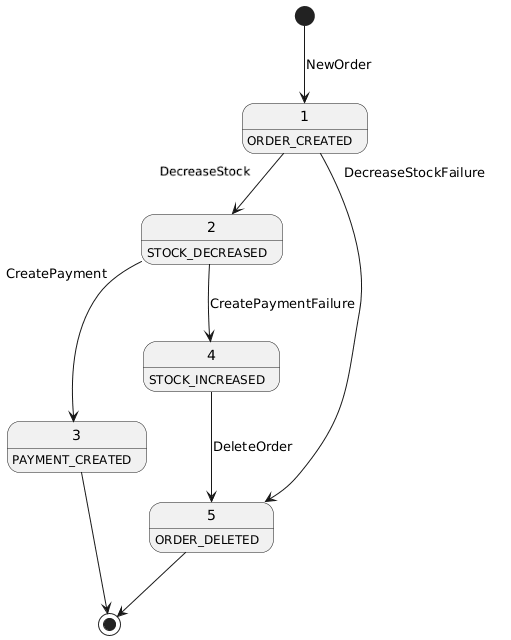
This is docs/arc42/state_machine.png from AchrefSamoud/log430-labo6-A26, a PlantUML export, as it was before one commit. Its source is kept beside it as docs/views/state_machine.puml. Source of this version:
```plantuml
@startuml
1 : ORDER_CREATED
2 : STOCK_DECREASED
3 : PAYMENT_CREATED
4 : STOCK_INCREASED
5 : ORDER_DELETED

[*] --> 1 : NewOrder
1 --> 2 : DecreaseStock
1 --> 5 : DecreaseStockFailure

2 --> 3 : CreatePayment
2 --> 4 : CreatePaymentFailure

3 --> [*]

4 --> 5 : DeleteOrder
5 --> [*]

@enduml
```
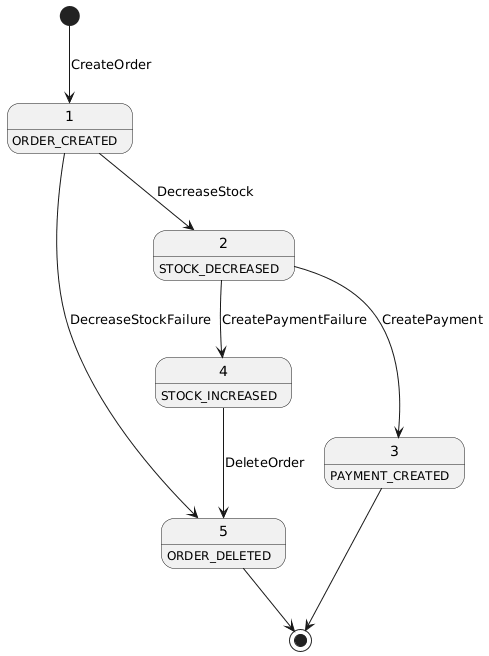
After the change.

Commit message:
update diagram for better readability and match with code

Change to the diagram source:
```diff
@@ -5,9 +5,9 @@
 4 : STOCK_INCREASED
 5 : ORDER_DELETED
 
-[*] --> 1 : NewOrder
+[*] --> 1 : CreateOrder
 1 --> 2 : DecreaseStock
-1 --> 5 : DecreaseStockFailure
+1 -> 5 : DecreaseStockFailure
 
 2 --> 3 : CreatePayment
 2 --> 4 : CreatePaymentFailure
```
